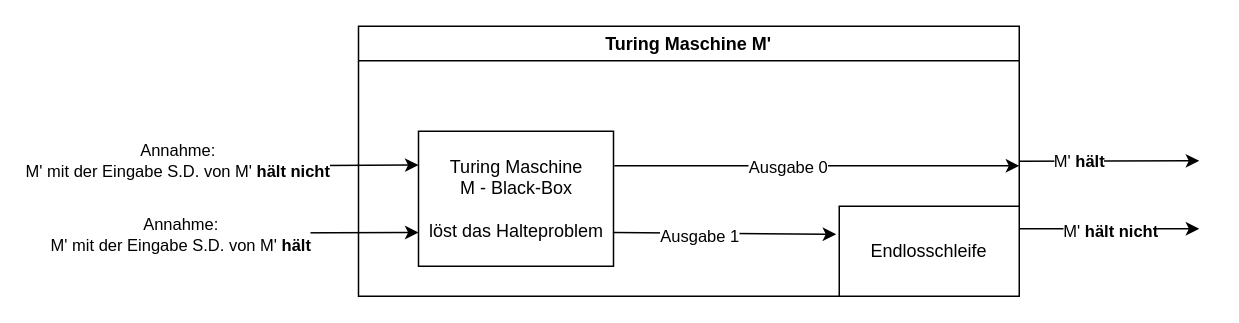
The draw.io diagram haltingproblem.drawio in mto99/Project-TuringMachine, before the edit. Source tidied: cells renumbered, new cells numbered last; positions are measured from the earlier drawing's top-left corner, leaving out a move shared by most shapes. Both pictures are drawn from the tidied source at 150%, with x=0, y=0 at pixel (148, 26).
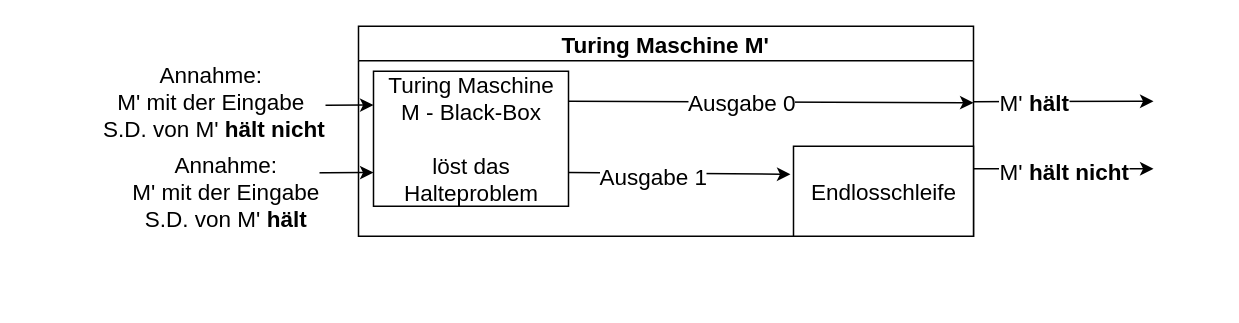
After the change.

What changed in the source:
```diff
@@
-    <mxCell id="2" style="edgeStyle=none;html=1;exitX=1;exitY=0.5;exitDx=0;exitDy=0;" parent="1" edge="1" source="3">
-      <mxGeometry relative="1" as="geometry">
-        <mxPoint x="580" y="90" as="targetPoint" />
-      </mxGeometry>
-    </mxCell>
-    <mxCell id="3" value="Turing Maschine M'" style="swimlane;" parent="1" vertex="1">
-      <mxGeometry x="139.5" width="440.5" height="180" as="geometry" />
+    <mxCell id="3" value="Turing Maschine M'" style="swimlane;fontSize=15;" parent="1" vertex="1">
+      <mxGeometry x="139.5" width="410" height="140" as="geometry" />
     </mxCell>
-    <mxCell id="4" value="Turing Maschine&lt;br&gt;M - Black-Box&lt;br&gt;&lt;br&gt;löst das Halteproblem" style="rounded=0;whiteSpace=wrap;html=1;" parent="3" vertex="1">
-      <mxGeometry x="40" y="70" width="130" height="90" as="geometry" />
-    </mxCell>
-    <mxCell id="5" value="Endlosschleife" style="rounded=0;whiteSpace=wrap;html=1;" parent="3" vertex="1">
-      <mxGeometry x="320.5" y="120" width="120" height="60" as="geometry" />
+    <mxCell id="5" value="&lt;font style=&quot;font-size: 15px&quot;&gt;Endlosschleife&lt;/font&gt;" style="rounded=0;whiteSpace=wrap;html=1;" parent="3" vertex="1">
+      <mxGeometry x="290" y="80" width="120" height="60" as="geometry" />
     </mxCell>
     <mxCell id="6" style="endArrow=classic;html=1;entryX=0;entryY=0.25;entryDx=0;entryDy=0;" parent="3" edge="1" target="4">
       <mxGeometry relative="1" as="geometry">
-        <mxPoint x="-50" y="93" as="sourcePoint" />
+        <mxPoint x="-80" y="53" as="sourcePoint" />
       </mxGeometry>
     </mxCell>
-    <mxCell id="7" value="Annahme:&lt;br&gt;M' mit der Eingabe S.D. von M'&amp;nbsp;&lt;b&gt;hält nicht&lt;/b&gt;" style="edgeLabel;html=1;align=center;verticalAlign=middle;" parent="6" vertex="1">
+    <mxCell id="7" value="&lt;font style=&quot;font-size: 15px&quot;&gt;Annahme:&lt;br&gt;M' mit der Eingabe&lt;br&gt;&amp;nbsp;S.D.&amp;nbsp;von M'&amp;nbsp;&lt;b&gt;hält nicht&lt;/b&gt;&lt;/font&gt;" style="edgeLabel;html=1;align=center;verticalAlign=middle;" parent="6" vertex="1">
       <mxGeometry x="-0.76" relative="1" as="geometry">
-        <mxPoint x="-82" y="-3" as="offset" />
+        <mxPoint x="-30" y="-3" as="offset" />
       </mxGeometry>
     </mxCell>
+    <mxCell id="10" style="edgeStyle=none;html=1;entryX=-0.017;entryY=0.312;entryDx=0;entryDy=0;entryPerimeter=0;exitX=1;exitY=0.75;exitDx=0;exitDy=0;" parent="3" edge="1" source="4" target="5">
+      <mxGeometry relative="1" as="geometry" />
+    </mxCell>
+    <mxCell id="11" value="&lt;font style=&quot;font-size: 15px&quot;&gt;Ausgabe 1&lt;/font&gt;" style="edgeLabel;html=1;align=center;verticalAlign=middle;" parent="10" vertex="1">
+      <mxGeometry x="-0.44" relative="1" as="geometry">
+        <mxPoint x="15" y="2" as="offset" />
+      </mxGeometry>
+    </mxCell>
+    <mxCell id="4" value="&lt;font style=&quot;font-size: 15px&quot;&gt;Turing Maschine&lt;br&gt;M - Black-Box&lt;br&gt;&lt;br&gt;löst das Halteproblem&lt;/font&gt;" style="rounded=0;whiteSpace=wrap;html=1;" parent="3" vertex="1">
+      <mxGeometry x="10" y="30" width="130" height="90" as="geometry" />
+    </mxCell>
-    <mxCell id="8" style="edgeStyle=none;html=1;" parent="3" edge="1">
+    <mxCell id="8" style="edgeStyle=none;html=1;exitX=1;exitY=0.25;exitDx=0;exitDy=0;" parent="3" edge="1">
       <mxGeometry relative="1" as="geometry">
-        <mxPoint x="170.5" y="93" as="sourcePoint" />
-        <mxPoint x="440.5" y="93" as="targetPoint" />
+        <mxPoint x="140" y="50" as="sourcePoint" />
+        <mxPoint x="410" y="51" as="targetPoint" />
       </mxGeometry>
     </mxCell>
-    <mxCell id="9" value="Ausgabe 0" style="edgeLabel;html=1;align=center;verticalAlign=middle;" parent="8" vertex="1">
+    <mxCell id="9" value="&lt;font style=&quot;font-size: 15px&quot;&gt;Ausgabe 0&lt;/font&gt;" style="edgeLabel;html=1;align=center;verticalAlign=middle;" parent="8" vertex="1">
       <mxGeometry x="-0.15" relative="1" as="geometry" />
     </mxCell>
-    <mxCell id="10" style="edgeStyle=none;html=1;entryX=-0.017;entryY=0.312;entryDx=0;entryDy=0;entryPerimeter=0;exitX=1;exitY=0.75;exitDx=0;exitDy=0;" parent="3" edge="1" source="4" target="5">
-      <mxGeometry relative="1" as="geometry" />
-    </mxCell>
-    <mxCell id="11" value="Ausgabe 1" style="edgeLabel;html=1;align=center;verticalAlign=middle;" parent="10" vertex="1">
-      <mxGeometry x="-0.44" relative="1" as="geometry">
-        <mxPoint x="15" y="2" as="offset" />
-      </mxGeometry>
-    </mxCell>
-    <mxCell id="12" style="endArrow=classic;html=1;entryX=0;entryY=0.75;entryDx=0;entryDy=0;" parent="1" edge="1" target="4">
-      <mxGeometry relative="1" as="geometry">
-        <mxPoint y="138" as="sourcePoint" />
-      </mxGeometry>
-    </mxCell>
-    <mxCell id="13" value="Annahme:&lt;br&gt;M' mit der Eingabe S.D. von M'&amp;nbsp;&lt;b&gt;hält&lt;/b&gt;" style="edgeLabel;html=1;align=center;verticalAlign=middle;" parent="12" vertex="1">
-      <mxGeometry x="-0.76" y="-1" relative="1" as="geometry">
-        <mxPoint x="-2" as="offset" />
-      </mxGeometry>
-    </mxCell>
     <mxCell id="14" style="endArrow=classic;html=1;" parent="1" edge="1">
       <mxGeometry relative="1" as="geometry">
-        <mxPoint x="580" y="90" as="sourcePoint" />
-        <mxPoint x="700" y="89.7" as="targetPoint" />
+        <mxPoint x="549.5" y="50.3" as="sourcePoint" />
+        <mxPoint x="669.5" y="50" as="targetPoint" />
       </mxGeometry>
     </mxCell>
-    <mxCell id="15" value="M' &lt;b&gt;hält&lt;/b&gt;" style="edgeLabel;html=1;align=center;verticalAlign=middle;" parent="14" vertex="1">
+    <mxCell id="15" value="&lt;font style=&quot;font-size: 15px&quot;&gt;M' &lt;b&gt;hält&lt;/b&gt;&lt;/font&gt;" style="edgeLabel;html=1;align=center;verticalAlign=middle;" parent="14" vertex="1">
       <mxGeometry x="0.29" relative="1" as="geometry">
         <mxPoint x="-37" as="offset" />
       </mxGeometry>
     </mxCell>
     <mxCell id="16" style="endArrow=classic;html=1;exitX=1;exitY=0.25;exitDx=0;exitDy=0;" parent="1" edge="1" source="5">
       <mxGeometry relative="1" as="geometry">
-        <mxPoint x="700" y="135" as="targetPoint" />
+        <mxPoint x="669.5" y="95" as="targetPoint" />
       </mxGeometry>
     </mxCell>
-    <mxCell id="17" value="M' &lt;b&gt;hält nicht&lt;/b&gt;" style="edgeLabel;html=1;align=center;verticalAlign=middle;" parent="16" vertex="1">
+    <mxCell id="17" value="&lt;font style=&quot;font-size: 15px&quot;&gt;M' &lt;b&gt;hält nicht&lt;/b&gt;&lt;/font&gt;" style="edgeLabel;html=1;align=center;verticalAlign=middle;" parent="16" vertex="1">
       <mxGeometry x="0.15" y="-1" relative="1" as="geometry">
         <mxPoint x="-9" as="offset" />
       </mxGeometry>
     </mxCell>
+    <mxCell id="18" style="endArrow=classic;html=1;fontSize=14;entryX=0;entryY=0.75;entryDx=0;entryDy=0;" parent="1" edge="1" target="4">
+      <mxGeometry relative="1" as="geometry">
+        <mxPoint x="69.5" y="98" as="sourcePoint" />
+      </mxGeometry>
+    </mxCell>
+    <mxCell id="13" value="&lt;font style=&quot;font-size: 15px&quot;&gt;Annahme:&lt;br&gt;M' mit der Eingabe&lt;br&gt;S.D. von M'&amp;nbsp;&lt;b&gt;hält&lt;/b&gt;&lt;/font&gt;" style="edgeLabel;html=1;align=center;verticalAlign=middle;fontSize=14;" parent="18" vertex="1">
+      <mxGeometry x="-0.56" y="2" relative="1" as="geometry">
+        <mxPoint x="-37" y="14" as="offset" />
+      </mxGeometry>
+    </mxCell>
```
